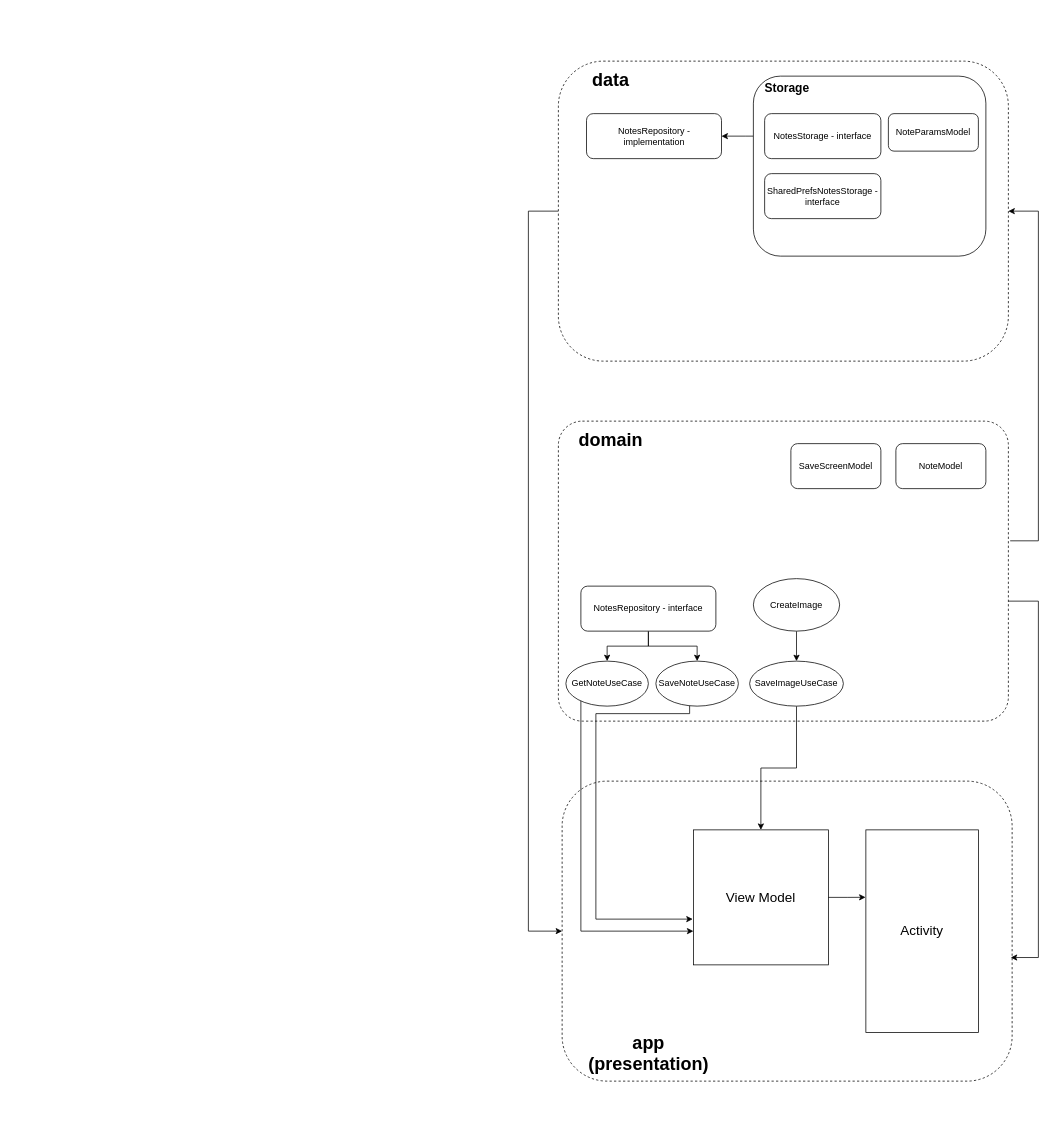
Earlier version of the draw.io diagram ArchitectureDiagram.drawio (solutions-architects/anynote_android). Source tidied: cells renumbered, new cells numbered last; positions are measured from the earlier drawing's top-left corner, leaving out a move shared by most shapes. Both pictures are drawn from the tidied source at 75%, with x=0, y=0 at pixel (528, 61).
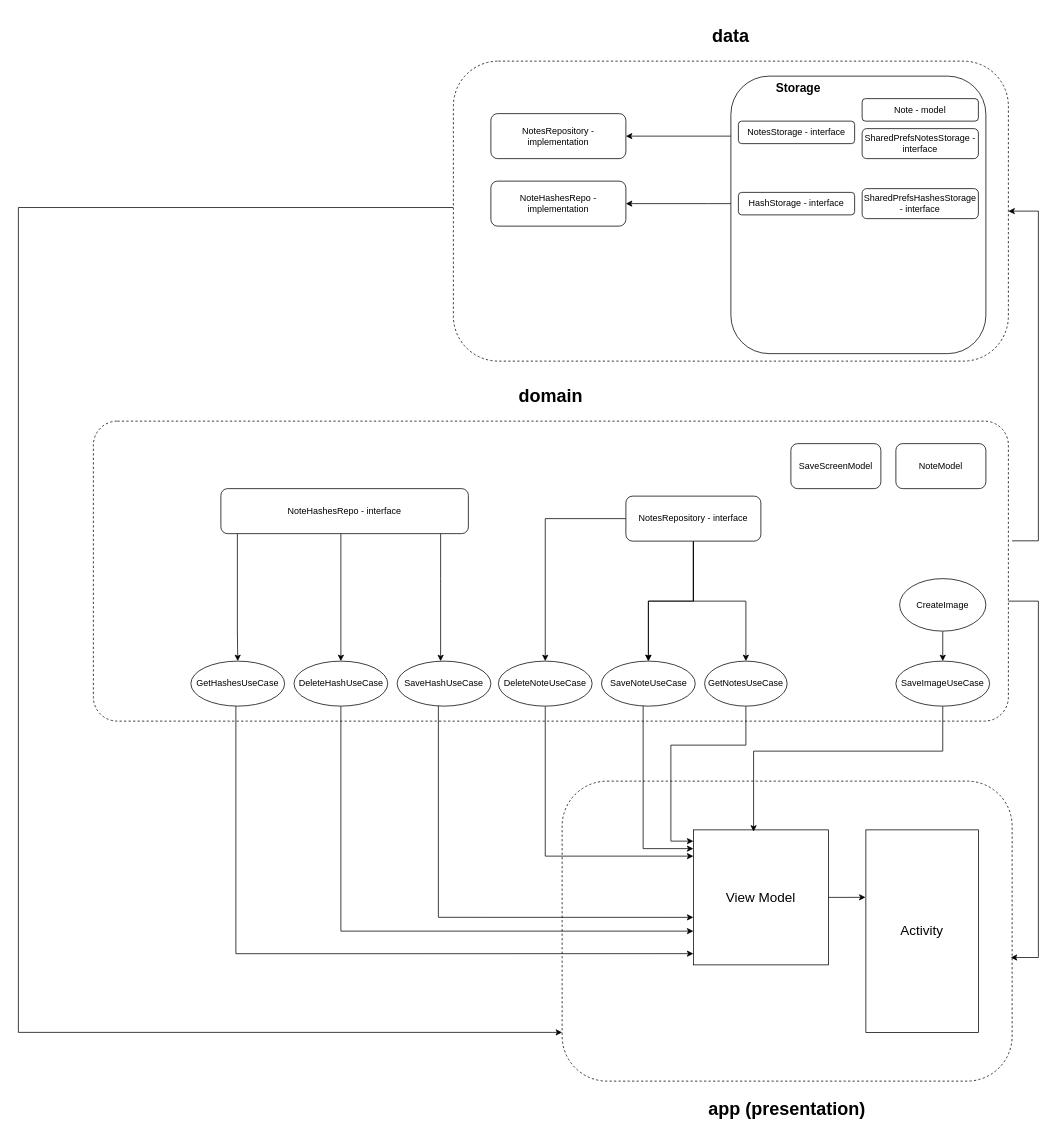
The same page after the edit.

Unchanged cells that the change refers to:
```xml
<mxCell id="10" value="View Model" style="whiteSpace=wrap;html=1;fontSize=18;" parent="1" vertex="1">
  <mxGeometry x="220" y="1025" width="180" height="180" as="geometry" />
</mxCell>
```

The edit, as a diff of the source:
```diff
@@
-    <mxCell id="3" style="rounded=1;whiteSpace=wrap;html=1;arcSize=8;glass=0;shadow=0;dashed=1;" parent="1" vertex="1">
-      <mxGeometry x="40" y="480" width="600" height="400" as="geometry" />
+    <mxCell id="3" value="&lt;h1&gt;domain&lt;/h1&gt;" style="rounded=1;whiteSpace=wrap;html=1;arcSize=8;glass=0;shadow=0;dashed=1;verticalAlign=bottom;labelPosition=center;verticalLabelPosition=top;align=center;" parent="1" vertex="1">
+      <mxGeometry x="-580" y="480" width="1220" height="400" as="geometry" />
     </mxCell>
-    <mxCell id="4" value="&lt;h1&gt;domain&lt;/h1&gt;" style="text;html=1;align=center;verticalAlign=middle;whiteSpace=wrap;rounded=0;" parent="1" vertex="1">
-      <mxGeometry x="80" y="490" width="60" height="30" as="geometry" />
+    <mxCell id="4" value="&lt;h1&gt;&lt;br&gt;&lt;/h1&gt;" style="text;html=1;align=center;verticalAlign=middle;whiteSpace=wrap;rounded=0;" parent="1" vertex="1">
+      <mxGeometry x="-187.5" y="490" width="60" height="30" as="geometry" />
     </mxCell>
-    <mxCell id="5" style="rounded=1;whiteSpace=wrap;html=1;dashed=1;" parent="1" vertex="1">
+    <mxCell id="5" value="&lt;h1&gt;app (presentation)&lt;/h1&gt;" style="rounded=1;whiteSpace=wrap;html=1;dashed=1;labelPosition=center;verticalLabelPosition=bottom;align=center;verticalAlign=top;" parent="1" vertex="1">
       <mxGeometry x="45" y="960" width="600" height="400" as="geometry" />
     </mxCell>
-    <mxCell id="6" style="edgeStyle=orthogonalEdgeStyle;rounded=0;jettySize=auto;html=1;entryX=0;entryY=0.5;entryDx=0;entryDy=0;" parent="1" edge="1" source="7" target="5">
+    <mxCell id="6" style="edgeStyle=orthogonalEdgeStyle;rounded=0;jettySize=auto;html=1;exitX=0;exitY=0.488;exitDx=0;exitDy=0;exitPerimeter=0;" parent="1" edge="1" source="7" target="5">
       <mxGeometry relative="1" as="geometry">
         <Array as="points">
-          <mxPoint y="200" />
-          <mxPoint y="1160" />
+          <mxPoint x="-680" y="195" />
+          <mxPoint x="-680" y="1295" />
         </Array>
       </mxGeometry>
     </mxCell>
-    <mxCell id="7" style="rounded=1;whiteSpace=wrap;html=1;dashed=1;" parent="1" vertex="1">
-      <mxGeometry x="40" width="600" height="400" as="geometry" />
+    <mxCell id="7" value="&lt;h1&gt;data&lt;/h1&gt;" style="rounded=1;whiteSpace=wrap;html=1;dashed=1;verticalAlign=bottom;labelPosition=center;verticalLabelPosition=top;align=center;" parent="1" vertex="1">
+      <mxGeometry x="-100" width="740" height="400" as="geometry" />
     </mxCell>
-    <mxCell id="8" value="&lt;h1&gt;app (presentation)&lt;/h1&gt;" style="text;html=1;align=center;verticalAlign=middle;whiteSpace=wrap;rounded=0;" parent="1" vertex="1">
+    <mxCell id="8" value="&lt;h1&gt;&lt;br&gt;&lt;/h1&gt;" style="text;html=1;align=center;verticalAlign=middle;whiteSpace=wrap;rounded=0;" parent="1" vertex="1">
       <mxGeometry x="62.5" y="1290" width="195" height="65" as="geometry" />
     </mxCell>
-    <mxCell id="9" value="&lt;h1&gt;data&lt;/h1&gt;" style="text;html=1;align=center;verticalAlign=middle;whiteSpace=wrap;rounded=0;" parent="1" vertex="1">
-      <mxGeometry x="80" y="10" width="60" height="30" as="geometry" />
+    <mxCell id="9" value="&lt;h1&gt;&lt;br&gt;&lt;/h1&gt;" style="text;html=1;align=center;verticalAlign=middle;whiteSpace=wrap;rounded=0;" parent="1" vertex="1">
+      <mxGeometry x="-47.5" y="10" width="60" height="30" as="geometry" />
     </mxCell>
@@
-    <mxCell id="13" style="edgeStyle=orthogonalEdgeStyle;rounded=0;jettySize=auto;html=1;entryX=0;entryY=0.75;entryDx=0;entryDy=0;" parent="1" edge="1" source="14" target="10">
+    <mxCell id="13" style="edgeStyle=orthogonalEdgeStyle;rounded=0;jettySize=auto;html=1;" parent="1" edge="1" source="14" target="10">
       <mxGeometry relative="1" as="geometry">
         <Array as="points">
-          <mxPoint x="70" y="1160" />
+          <mxPoint x="290" y="912" />
+          <mxPoint x="190" y="912" />
+          <mxPoint x="190" y="1040" />
         </Array>
       </mxGeometry>
     </mxCell>
-    <mxCell id="14" value="GetNoteUseCase" style="ellipse;whiteSpace=wrap;html=1;" parent="1" vertex="1">
-      <mxGeometry x="50" y="800" width="110" height="60" as="geometry" />
+    <mxCell id="14" value="GetNotesUseCase" style="ellipse;whiteSpace=wrap;html=1;" parent="1" vertex="1">
+      <mxGeometry x="235" y="800" width="110" height="60" as="geometry" />
     </mxCell>
     <mxCell id="15" value="SaveNoteUseCase" style="ellipse;whiteSpace=wrap;html=1;" parent="1" vertex="1">
-      <mxGeometry x="170" y="800" width="110" height="60" as="geometry" />
+      <mxGeometry x="97.5" y="800" width="125" height="60" as="geometry" />
     </mxCell>
@@
+    <mxCell id="34" style="edgeStyle=orthogonalEdgeStyle;rounded=0;jettySize=auto;html=1;" parent="1" edge="1" source="18" target="15">
+      <mxGeometry relative="1" as="geometry" />
+    </mxCell>
+    <mxCell id="35" style="edgeStyle=orthogonalEdgeStyle;rounded=0;jettySize=auto;html=1;" parent="1" edge="1" source="18" target="48">
+      <mxGeometry relative="1" as="geometry" />
+    </mxCell>
     <mxCell id="18" value="NotesRepository - interface" style="rounded=1;whiteSpace=wrap;html=1;" parent="1" vertex="1">
-      <mxGeometry x="70" y="700" width="180" height="60" as="geometry" />
+      <mxGeometry x="130" y="580" width="180" height="60" as="geometry" />
     </mxCell>
     <mxCell id="19" value="NotesRepository - implementation" style="rounded=1;whiteSpace=wrap;html=1;" parent="1" vertex="1">
-      <mxGeometry x="77.5" y="70" width="180" height="60" as="geometry" />
+      <mxGeometry x="-50" y="70" width="180" height="60" as="geometry" />
     </mxCell>
@@
-    <mxCell id="21" style="edgeStyle=orthogonalEdgeStyle;rounded=0;jettySize=auto;html=1;entryX=-0.005;entryY=0.661;entryDx=0;entryDy=0;entryPerimeter=0;" parent="1" edge="1" source="15" target="10">
+    <mxCell id="21" style="edgeStyle=orthogonalEdgeStyle;rounded=0;jettySize=auto;html=1;" parent="1" edge="1" source="15" target="10">
       <mxGeometry relative="1" as="geometry">
         <Array as="points">
-          <mxPoint x="215" y="870" />
-          <mxPoint x="90" y="870" />
-          <mxPoint x="90" y="1144" />
+          <mxPoint x="153" y="1050" />
         </Array>
       </mxGeometry>
     </mxCell>
-    <mxCell id="22" style="edgeStyle=orthogonalEdgeStyle;rounded=0;jettySize=auto;html=1;entryX=0.5;entryY=0;entryDx=0;entryDy=0;" parent="1" edge="1" source="23" target="10">
-      <mxGeometry relative="1" as="geometry" />
+    <mxCell id="22" style="edgeStyle=orthogonalEdgeStyle;rounded=0;jettySize=auto;html=1;entryX=0.446;entryY=0.013;entryDx=0;entryDy=0;entryPerimeter=0;" parent="1" edge="1" source="23" target="10">
+      <mxGeometry relative="1" as="geometry">
+        <Array as="points">
+          <mxPoint x="553" y="920" />
+          <mxPoint x="300" y="920" />
+        </Array>
+      </mxGeometry>
     </mxCell>
     <mxCell id="23" value="SaveImageUseCase" style="ellipse;whiteSpace=wrap;html=1;" parent="1" vertex="1">
-      <mxGeometry x="295" y="800" width="125" height="60" as="geometry" />
+      <mxGeometry x="490" y="800" width="125" height="60" as="geometry" />
     </mxCell>
@@
     <mxCell id="25" value="CreateImage" style="ellipse;whiteSpace=wrap;html=1;" parent="1" vertex="1">
-      <mxGeometry x="300" y="690" width="115" height="70" as="geometry" />
+      <mxGeometry x="495" y="690" width="115" height="70" as="geometry" />
     </mxCell>
@@
     <mxCell id="28" style="edgeStyle=orthogonalEdgeStyle;rounded=0;jettySize=auto;html=1;" parent="1" edge="1" source="29" target="19">
       <mxGeometry relative="1" as="geometry">
         <Array as="points">
-          <mxPoint x="290" y="100" />
-          <mxPoint x="290" y="100" />
+          <mxPoint x="210" y="100" />
+          <mxPoint x="210" y="100" />
         </Array>
       </mxGeometry>
     </mxCell>
+    <mxCell id="36" style="edgeStyle=orthogonalEdgeStyle;rounded=0;jettySize=auto;html=1;entryX=1;entryY=0.5;entryDx=0;entryDy=0;" parent="1" edge="1" source="29" target="42">
+      <mxGeometry relative="1" as="geometry">
+        <Array as="points">
+          <mxPoint x="240" y="190" />
+          <mxPoint x="240" y="190" />
+        </Array>
+      </mxGeometry>
+    </mxCell>
     <mxCell id="29" style="rounded=1;whiteSpace=wrap;html=1;" parent="1" vertex="1">
-      <mxGeometry x="300" y="20" width="310" height="240" as="geometry" />
+      <mxGeometry x="270" y="20" width="340" height="370" as="geometry" />
     </mxCell>
     <mxCell id="30" value="&lt;font style=&quot;font-size: 16px;&quot;&gt;&lt;b&gt;Storage&lt;/b&gt;&lt;/font&gt;" style="text;html=1;align=center;verticalAlign=middle;whiteSpace=wrap;rounded=0;" parent="1" vertex="1">
-      <mxGeometry x="315" y="20" width="60" height="30" as="geometry" />
+      <mxGeometry x="330" y="20" width="60" height="30" as="geometry" />
     </mxCell>
-    <mxCell id="31" value="NoteParamsModel" style="rounded=1;whiteSpace=wrap;html=1;" parent="1" vertex="1">
-      <mxGeometry x="480" y="70" width="120" height="50" as="geometry" />
+    <mxCell id="31" value="Note - model" style="rounded=1;whiteSpace=wrap;html=1;" parent="1" vertex="1">
+      <mxGeometry x="445" y="50" width="155" height="30" as="geometry" />
     </mxCell>
     <mxCell id="32" value="NotesStorage - interface" style="rounded=1;whiteSpace=wrap;html=1;" parent="1" vertex="1">
-      <mxGeometry x="315" y="70" width="155" height="60" as="geometry" />
+      <mxGeometry x="280" y="80" width="155" height="30" as="geometry" />
     </mxCell>
     <mxCell id="33" value="SharedPrefsNotesStorage - interface" style="rounded=1;whiteSpace=wrap;html=1;" parent="1" vertex="1">
-      <mxGeometry x="315" y="150" width="155" height="60" as="geometry" />
+      <mxGeometry x="445" y="90" width="155" height="40" as="geometry" />
     </mxCell>
+    <mxCell id="37" style="edgeStyle=orthogonalEdgeStyle;rounded=0;jettySize=auto;html=1;" parent="1" edge="1" source="40" target="41">
+      <mxGeometry relative="1" as="geometry">
+        <Array as="points">
+          <mxPoint x="-388" y="760" />
+        </Array>
+      </mxGeometry>
+    </mxCell>
+    <mxCell id="38" style="edgeStyle=orthogonalEdgeStyle;rounded=0;jettySize=auto;html=1;" parent="1" edge="1" source="40" target="46">
+      <mxGeometry relative="1" as="geometry">
+        <Array as="points">
+          <mxPoint x="-250" y="660" />
+          <mxPoint x="-250" y="660" />
+        </Array>
+      </mxGeometry>
+    </mxCell>
+    <mxCell id="39" style="edgeStyle=orthogonalEdgeStyle;rounded=0;jettySize=auto;html=1;" parent="1" edge="1" source="40" target="50">
+      <mxGeometry relative="1" as="geometry">
+        <Array as="points">
+          <mxPoint x="-117" y="690" />
+          <mxPoint x="-117" y="690" />
+        </Array>
+      </mxGeometry>
+    </mxCell>
+    <mxCell id="40" value="NoteHashesRepo - interface" style="rounded=1;whiteSpace=wrap;html=1;" parent="1" vertex="1">
+      <mxGeometry x="-410" y="570" width="330" height="60" as="geometry" />
+    </mxCell>
+    <mxCell id="41" value="GetHashesUseCase" style="ellipse;whiteSpace=wrap;html=1;" parent="1" vertex="1">
+      <mxGeometry x="-450" y="800" width="125" height="60" as="geometry" />
+    </mxCell>
+    <mxCell id="42" value="NoteHashesRepo - implementation" style="rounded=1;whiteSpace=wrap;html=1;" parent="1" vertex="1">
+      <mxGeometry x="-50" y="160" width="180" height="60" as="geometry" />
+    </mxCell>
+    <mxCell id="43" value="HashStorage - interface" style="rounded=1;whiteSpace=wrap;html=1;" parent="1" vertex="1">
+      <mxGeometry x="280" y="175" width="155" height="30" as="geometry" />
+    </mxCell>
+    <mxCell id="44" value="SharedPrefsHashesStorage - interface" style="rounded=1;whiteSpace=wrap;html=1;" parent="1" vertex="1">
+      <mxGeometry x="445" y="170" width="155" height="40" as="geometry" />
+    </mxCell>
+    <mxCell id="45" style="edgeStyle=orthogonalEdgeStyle;rounded=0;jettySize=auto;html=1;entryX=0;entryY=0.75;entryDx=0;entryDy=0;" parent="1" edge="1" source="46" target="10">
+      <mxGeometry relative="1" as="geometry">
+        <Array as="points">
+          <mxPoint x="-250" y="1160" />
+        </Array>
+      </mxGeometry>
+    </mxCell>
+    <mxCell id="46" value="DeleteHashUseCase" style="ellipse;whiteSpace=wrap;html=1;" parent="1" vertex="1">
+      <mxGeometry x="-312.5" y="800" width="125" height="60" as="geometry" />
+    </mxCell>
+    <mxCell id="47" style="edgeStyle=orthogonalEdgeStyle;rounded=0;jettySize=auto;html=1;" parent="1" edge="1" source="48" target="10">
+      <mxGeometry relative="1" as="geometry">
+        <Array as="points">
+          <mxPoint x="22" y="1060" />
+        </Array>
+      </mxGeometry>
+    </mxCell>
+    <mxCell id="48" value="Dele&lt;span style=&quot;background-color: initial;&quot;&gt;teNoteUseCase&lt;/span&gt;" style="ellipse;whiteSpace=wrap;html=1;" parent="1" vertex="1">
+      <mxGeometry x="-40" y="800" width="125" height="60" as="geometry" />
+    </mxCell>
+    <mxCell id="49" style="edgeStyle=orthogonalEdgeStyle;rounded=0;jettySize=auto;html=1;entryX=0;entryY=0.917;entryDx=0;entryDy=0;entryPerimeter=0;" parent="1" edge="1" source="41" target="10">
+      <mxGeometry relative="1" as="geometry">
+        <Array as="points">
+          <mxPoint x="-390" y="1190" />
+        </Array>
+      </mxGeometry>
+    </mxCell>
+    <mxCell id="50" value="SaveHashUseCase" style="ellipse;whiteSpace=wrap;html=1;" parent="1" vertex="1">
+      <mxGeometry x="-175" y="800" width="125" height="60" as="geometry" />
+    </mxCell>
+    <mxCell id="51" style="edgeStyle=orthogonalEdgeStyle;rounded=0;jettySize=auto;html=1;entryX=0;entryY=0.648;entryDx=0;entryDy=0;entryPerimeter=0;" parent="1" edge="1" source="50" target="10">
+      <mxGeometry relative="1" as="geometry">
+        <Array as="points">
+          <mxPoint x="-120" y="1142" />
+        </Array>
+      </mxGeometry>
+    </mxCell>
```
